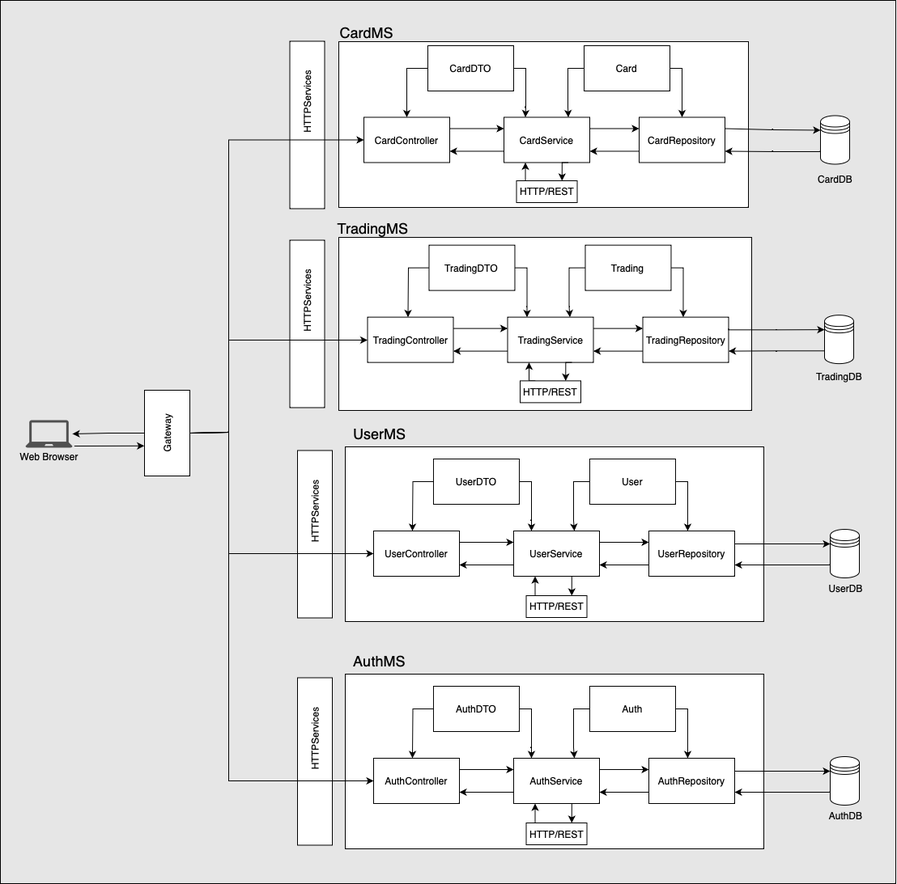
Before: Archi.drawio.png, a diagram exported from draw.io (MaaatGrv/asi3_gr6). Source tidied: cells renumbered, new cells last; positions are measured from the earlier drawing's top-left corner, leaving out a move shared by most shapes.
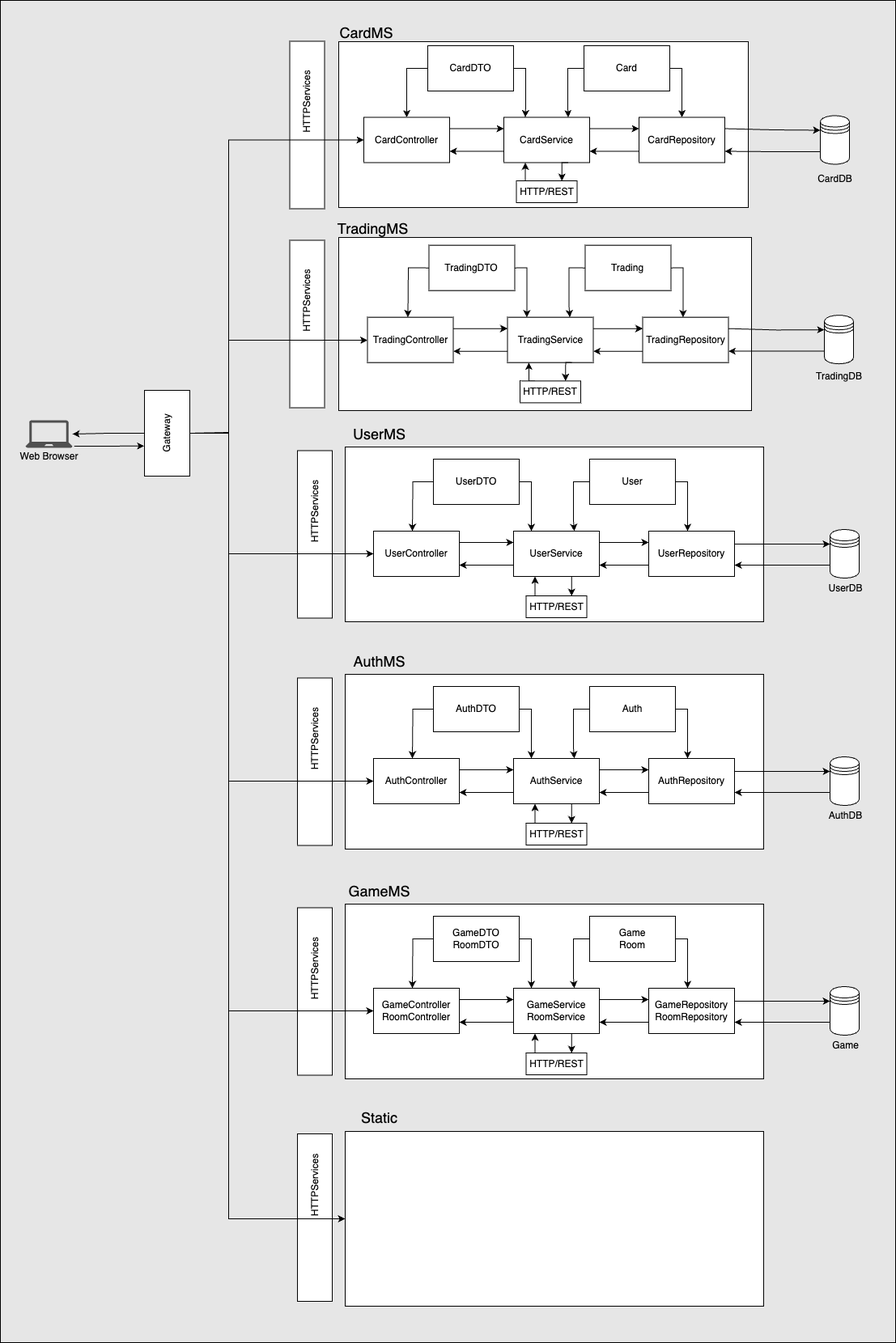
Later version of the same file.

Change to the diagram source:
```diff
@@ -3,7 +3,7 @@
     <mxCell id="0" />
     <mxCell id="1" parent="0" />
     <mxCell id="2" style="rounded=0;whiteSpace=wrap;html=1;fillColor=#E6E6E6;" parent="1" vertex="1">
-      <mxGeometry width="1106" height="1092" as="geometry" />
+      <mxGeometry width="1106" height="1659" as="geometry" />
     </mxCell>
     <mxCell id="3" style="group;" parent="1" vertex="1">
       <mxGeometry x="15" y="23" width="1058.5" height="1026" as="geometry" />
@@ -421,5 +421,122 @@
     <mxCell id="104" value="Web Browser" style="text;html=1;align=center;verticalAlign=middle;points=[];strokeColor=none;fillColor=none;" parent="3" vertex="1">
       <mxGeometry y="528" width="90" height="26" as="geometry" />
     </mxCell>
+    <mxCell id="105" style="rounded=0;whiteSpace=wrap;html=1;" parent="1" vertex="1">
+      <mxGeometry x="426" y="1117" width="517" height="216" as="geometry" />
+    </mxCell>
+    <mxCell id="106" value="&lt;font style=&quot;font-size: 18px;&quot;&gt;GameMS&lt;/font&gt;" style="text;html=1;align=center;verticalAlign=middle;strokeColor=none;fillColor=none;" parent="1" vertex="1">
+      <mxGeometry x="421" y="1084" width="94" height="34" as="geometry" />
+    </mxCell>
+    <mxCell id="107" value="GameController&lt;br&gt;RoomController" style="rounded=0;whiteSpace=wrap;html=1;" parent="1" vertex="1">
+      <mxGeometry x="461" y="1221" width="106" height="56" as="geometry" />
+    </mxCell>
+    <mxCell id="108" style="edgeStyle=orthogonalEdgeStyle;rounded=0;jettySize=auto;html=1;exitX=0;exitY=0.75;exitDx=0;exitDy=0;entryX=1;entryY=0.75;entryDx=0;entryDy=0;" parent="1" edge="1" source="109" target="107">
+      <mxGeometry relative="1" as="geometry" />
+    </mxCell>
+    <mxCell id="109" value="GameService&lt;br&gt;RoomService" style="rounded=0;whiteSpace=wrap;html=1;" parent="1" vertex="1">
+      <mxGeometry x="634" y="1221" width="106" height="56" as="geometry" />
+    </mxCell>
+    <mxCell id="110" style="edgeStyle=orthogonalEdgeStyle;rounded=0;jettySize=auto;html=1;exitX=0;exitY=0.75;exitDx=0;exitDy=0;entryX=1;entryY=0.75;entryDx=0;entryDy=0;" parent="1" edge="1" source="111" target="109">
+      <mxGeometry relative="1" as="geometry" />
+    </mxCell>
+    <mxCell id="111" value="GameRepository&lt;br&gt;RoomRepository" style="rounded=0;whiteSpace=wrap;html=1;" parent="1" vertex="1">
+      <mxGeometry x="801" y="1221" width="106" height="56" as="geometry" />
+    </mxCell>
+    <mxCell id="112" style="edgeStyle=orthogonalEdgeStyle;rounded=0;jettySize=auto;html=1;exitX=1;exitY=0.25;exitDx=0;exitDy=0;entryX=0;entryY=0.25;entryDx=0;entryDy=0;" parent="1" edge="1" source="107" target="109">
+      <mxGeometry relative="1" as="geometry" />
+    </mxCell>
+    <mxCell id="113" style="edgeStyle=orthogonalEdgeStyle;rounded=0;jettySize=auto;html=1;exitX=0;exitY=0.7;exitDx=0;exitDy=0;entryX=1;entryY=0.75;entryDx=0;entryDy=0;" parent="1" edge="1" source="126" target="111">
+      <mxGeometry relative="1" as="geometry">
+        <Array as="points">
+          <mxPoint x="1025" y="1263" />
+        </Array>
+      </mxGeometry>
+    </mxCell>
+    <mxCell id="114" style="edgeStyle=orthogonalEdgeStyle;rounded=0;jettySize=auto;html=1;exitX=0.25;exitY=0;exitDx=0;exitDy=0;entryX=0.25;entryY=1;entryDx=0;entryDy=0;" parent="1" edge="1" source="115" target="109">
+      <mxGeometry relative="1" as="geometry" />
+    </mxCell>
+    <mxCell id="115" value="HTTP/REST" style="rounded=0;whiteSpace=wrap;html=1;" parent="1" vertex="1">
+      <mxGeometry x="649.5" y="1301" width="75" height="27" as="geometry" />
+    </mxCell>
+    <mxCell id="116" style="edgeStyle=orthogonalEdgeStyle;rounded=0;jettySize=auto;html=1;exitX=0;exitY=0.5;exitDx=0;exitDy=0;entryX=0.75;entryY=0;entryDx=0;entryDy=0;" parent="1" edge="1" source="118">
+      <mxGeometry relative="1" as="geometry">
+        <mxPoint x="709" y="1221" as="targetPoint" />
+      </mxGeometry>
+    </mxCell>
+    <mxCell id="117" style="edgeStyle=orthogonalEdgeStyle;rounded=0;jettySize=auto;html=1;exitX=1;exitY=0.5;exitDx=0;exitDy=0;entryX=0.5;entryY=0;entryDx=0;entryDy=0;" parent="1" edge="1" source="118">
+      <mxGeometry relative="1" as="geometry">
+        <mxPoint x="849" y="1221" as="targetPoint" />
+        <Array as="points">
+          <mxPoint x="849" y="1160" />
+        </Array>
+      </mxGeometry>
+    </mxCell>
+    <mxCell id="118" value="Game&lt;br&gt;Room" style="rounded=0;whiteSpace=wrap;html=1;" parent="1" vertex="1">
+      <mxGeometry x="728" y="1132" width="106" height="56" as="geometry" />
+    </mxCell>
+    <mxCell id="119" style="edgeStyle=orthogonalEdgeStyle;rounded=0;jettySize=auto;html=1;exitX=1;exitY=0.5;exitDx=0;exitDy=0;entryX=0.25;entryY=0;entryDx=0;entryDy=0;" parent="1" edge="1" source="121">
+      <mxGeometry relative="1" as="geometry">
+        <mxPoint x="656" y="1221" as="targetPoint" />
+        <Array as="points">
+          <mxPoint x="656" y="1160" />
+          <mxPoint x="656" y="1208" />
+        </Array>
+      </mxGeometry>
+    </mxCell>
+    <mxCell id="120" style="edgeStyle=orthogonalEdgeStyle;rounded=0;jettySize=auto;html=1;exitX=0;exitY=0.5;exitDx=0;exitDy=0;entryX=0.5;entryY=0;entryDx=0;entryDy=0;" parent="1" edge="1" source="121">
+      <mxGeometry relative="1" as="geometry">
+        <mxPoint x="509" y="1221" as="targetPoint" />
+      </mxGeometry>
+    </mxCell>
+    <mxCell id="121" value="GameDTO&lt;br&gt;RoomDTO" style="rounded=0;whiteSpace=wrap;html=1;" parent="1" vertex="1">
+      <mxGeometry x="535" y="1132" width="106" height="56" as="geometry" />
+    </mxCell>
+    <mxCell id="122" value="&amp;nbsp; &amp;nbsp; &amp;nbsp; &amp;nbsp; &amp;nbsp; &amp;nbsp; &amp;nbsp; &amp;nbsp; &amp;nbsp;HTTPServices" style="rounded=0;whiteSpace=wrap;html=1;rotation=-90;" parent="1" vertex="1">
+      <mxGeometry x="285" y="1203.5" width="207" height="43" as="geometry" />
+    </mxCell>
+    <mxCell id="123" style="edgeStyle=orthogonalEdgeStyle;rounded=0;jettySize=auto;html=1;exitX=1;exitY=0.25;exitDx=0;exitDy=0;entryX=0;entryY=0.25;entryDx=0;entryDy=0;" parent="1" edge="1" source="109" target="111">
+      <mxGeometry relative="1" as="geometry" />
+    </mxCell>
+    <mxCell id="124" style="edgeStyle=orthogonalEdgeStyle;rounded=0;jettySize=auto;html=1;exitX=1;exitY=0.25;exitDx=0;exitDy=0;entryX=0;entryY=0.3;entryDx=0;entryDy=0;" parent="1" edge="1" source="111" target="126">
+      <mxGeometry relative="1" as="geometry">
+        <Array as="points">
+          <mxPoint x="907" y="1237" />
+        </Array>
+      </mxGeometry>
+    </mxCell>
+    <mxCell id="125" style="edgeStyle=orthogonalEdgeStyle;rounded=0;jettySize=auto;html=1;exitX=0.75;exitY=1;exitDx=0;exitDy=0;entryX=0.75;entryY=0;entryDx=0;entryDy=0;" parent="1" edge="1" source="109" target="115">
+      <mxGeometry relative="1" as="geometry" />
+    </mxCell>
+    <mxCell id="126" style="shape=datastore;whiteSpace=wrap;html=1;" parent="1" vertex="1">
+      <mxGeometry x="1025" y="1219" width="36" height="60" as="geometry" />
+    </mxCell>
+    <mxCell id="127" value="Game" style="text;html=1;align=center;verticalAlign=middle;strokeColor=none;fillColor=none;" parent="1" vertex="1">
+      <mxGeometry x="1018.5" y="1279" width="51" height="26" as="geometry" />
+    </mxCell>
+    <mxCell id="128" style="rounded=0;whiteSpace=wrap;html=1;" parent="1" vertex="1">
+      <mxGeometry x="426" y="1398" width="517" height="216" as="geometry" />
+    </mxCell>
+    <mxCell id="129" value="&lt;font style=&quot;font-size: 18px;&quot;&gt;Static&lt;/font&gt;" style="text;html=1;align=center;verticalAlign=middle;strokeColor=none;fillColor=none;" parent="1" vertex="1">
+      <mxGeometry x="436.5" y="1364" width="63" height="34" as="geometry" />
+    </mxCell>
+    <mxCell id="130" style="edgeStyle=orthogonalEdgeStyle;rounded=0;jettySize=auto;html=1;exitX=0.5;exitY=1;exitDx=0;exitDy=0;entryX=0;entryY=0.5;entryDx=0;entryDy=0;" parent="1" edge="1" source="92" target="107">
+      <mxGeometry relative="1" as="geometry">
+        <Array as="points">
+          <mxPoint x="282" y="535" />
+          <mxPoint x="282" y="1249" />
+        </Array>
+      </mxGeometry>
+    </mxCell>
+    <mxCell id="131" value="&amp;nbsp; &amp;nbsp; &amp;nbsp; &amp;nbsp; &amp;nbsp; &amp;nbsp; &amp;nbsp; &amp;nbsp; &amp;nbsp; &amp;nbsp; &amp;nbsp; &amp;nbsp; HTTPServices" style="rounded=0;whiteSpace=wrap;html=1;rotation=-90;" parent="1" vertex="1">
+      <mxGeometry x="285" y="1483" width="207" height="43" as="geometry" />
+    </mxCell>
+    <mxCell id="132" style="edgeStyle=orthogonalEdgeStyle;rounded=0;jettySize=auto;html=1;exitX=0.5;exitY=1;exitDx=0;exitDy=0;entryX=0;entryY=0.5;entryDx=0;entryDy=0;" parent="1" edge="1" source="92" target="128">
+      <mxGeometry relative="1" as="geometry">
+        <Array as="points">
+          <mxPoint x="282" y="535" />
+          <mxPoint x="282" y="1506" />
+        </Array>
+      </mxGeometry>
+    </mxCell>
   </root>
 </mxGraphModel>
```
